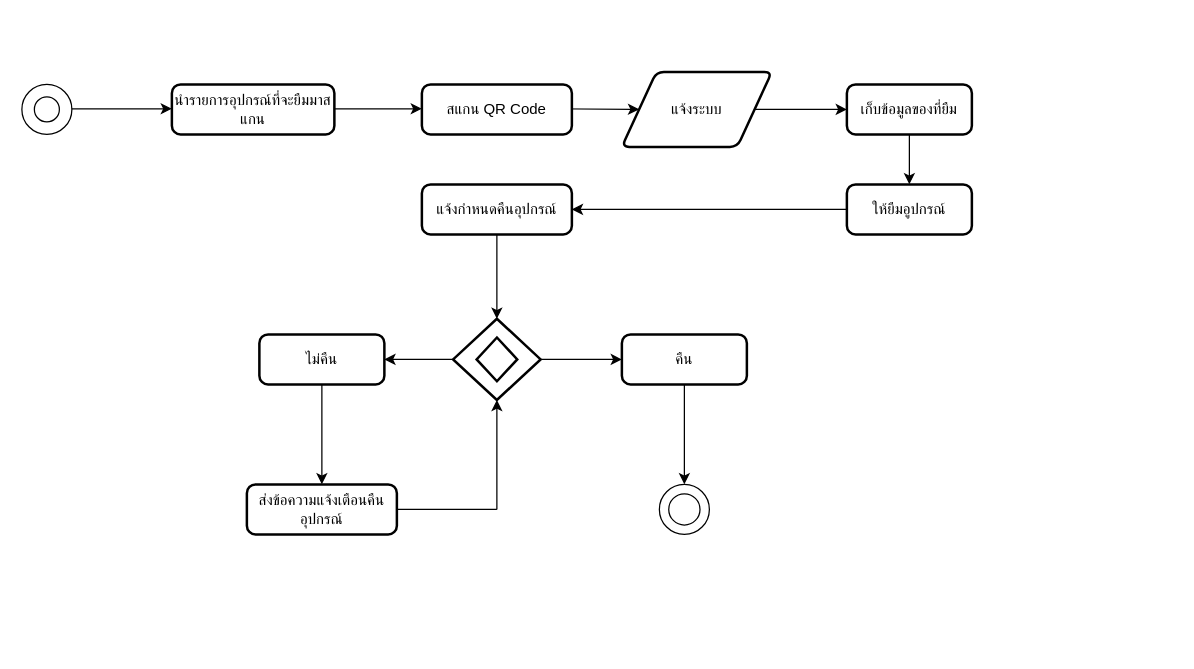
Earlier version of the draw.io diagram page "Activity" (4 of 5) of UML_SE.drawio (oak072544/Draw_io). Source tidied: cells renumbered, new cells numbered last; positions are measured from the earlier drawing's top-left corner, leaving out a move shared by most shapes. Both pictures are drawn from the tidied source at 125%, with x=0, y=0 at pixel (21, 71).
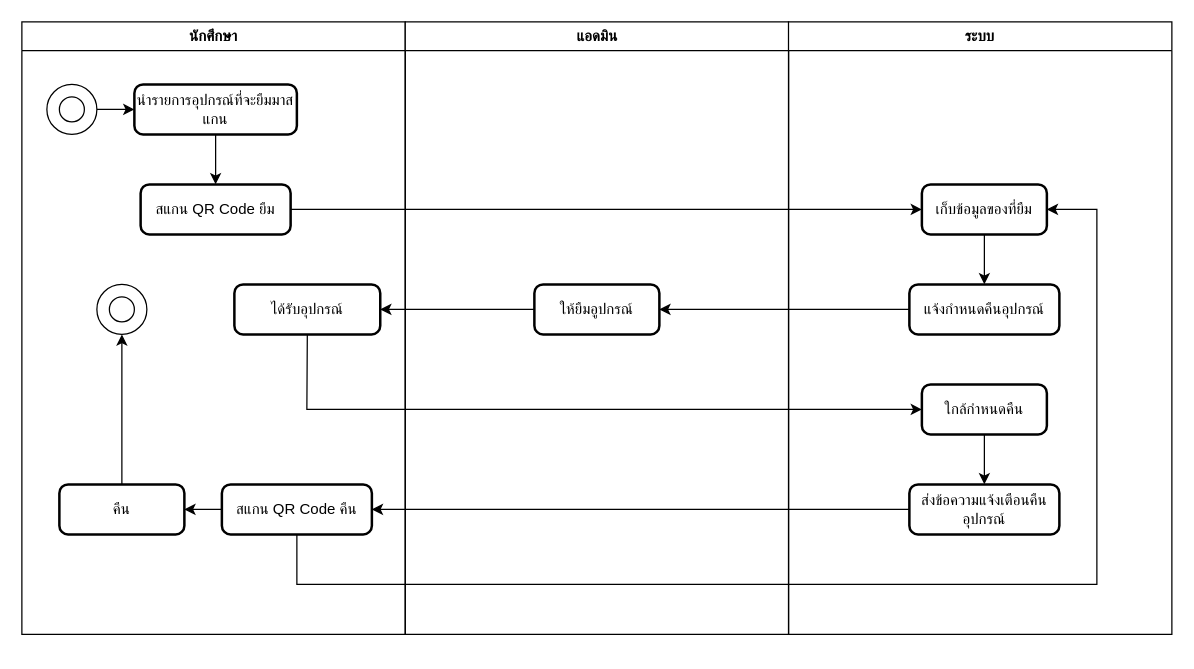
The same diagram, later.

The edit, as a diff of the source:
```diff
@@
+    <mxCell id="30" style="group;" parent="1" vertex="1">
+      <mxGeometry y="-40" width="920" height="500" as="geometry" />
+    </mxCell>
+    <mxCell id="31" style="group;" parent="30" vertex="1">
+      <mxGeometry width="920" height="500" as="geometry" />
+    </mxCell>
+    <mxCell id="32" value="นักศึกษา" style="swimlane;whiteSpace=wrap;html=1;" parent="31" vertex="1">
+      <mxGeometry width="306.7" height="490" as="geometry" />
+    </mxCell>
+    <mxCell id="11" value="คืน" style="rounded=1;whiteSpace=wrap;html=1;absoluteArcSize=1;arcSize=14;strokeWidth=2;" parent="32" vertex="1">
+      <mxGeometry x="30" y="370" width="100" height="40" as="geometry" />
+    </mxCell>
+    <mxCell id="3" value="นำรายการอุปกรณ์ที่จะยืมมาสแกน" style="rounded=1;whiteSpace=wrap;html=1;absoluteArcSize=1;arcSize=14;strokeWidth=2;" parent="32" vertex="1">
+      <mxGeometry x="90" y="50" width="130" height="40" as="geometry" />
+    </mxCell>
+    <mxCell id="10" value="สแกน QR Code ยืม" style="rounded=1;whiteSpace=wrap;html=1;absoluteArcSize=1;arcSize=14;strokeWidth=2;" parent="32" vertex="1">
+      <mxGeometry x="95" y="130" width="120" height="40" as="geometry" />
+    </mxCell>
+    <mxCell id="5" style="endArrow=classic;html=1;rounded=0;entryX=0.5;entryY=0;entryDx=0;entryDy=0;exitX=0.5;exitY=1;exitDx=0;exitDy=0;" parent="32" edge="1" source="3" target="10">
+      <mxGeometry relative="1" as="geometry" />
+    </mxCell>
+    <mxCell id="33" value="ได้รับอุปกรณ์" style="rounded=1;whiteSpace=wrap;html=1;absoluteArcSize=1;arcSize=14;strokeWidth=2;" parent="32" vertex="1">
+      <mxGeometry x="170" y="210" width="116.7" height="40" as="geometry" />
+    </mxCell>
+    <mxCell id="34" value="สแกน QR Code คืน" style="rounded=1;whiteSpace=wrap;html=1;absoluteArcSize=1;arcSize=14;strokeWidth=2;" parent="32" vertex="1">
+      <mxGeometry x="160" y="370" width="120" height="40" as="geometry" />
+    </mxCell>
+    <mxCell id="35" style="endArrow=classic;html=1;rounded=0;exitX=0;exitY=0.5;exitDx=0;exitDy=0;entryX=1;entryY=0.5;entryDx=0;entryDy=0;" parent="32" edge="1" source="34" target="11">
+      <mxGeometry relative="1" as="geometry" />
+    </mxCell>
+    <mxCell id="36" style="endArrow=classic;html=1;rounded=0;exitX=0.5;exitY=0;exitDx=0;exitDy=0;entryX=0.5;entryY=1;entryDx=0;entryDy=0;entryPerimeter=0;" parent="32" edge="1" source="11" target="38">
+      <mxGeometry relative="1" as="geometry" />
+    </mxCell>
+    <mxCell id="37" style="group;" parent="32" vertex="1">
+      <mxGeometry x="60" y="210" width="40" height="40" as="geometry" />
+    </mxCell>
+    <mxCell id="38" style="verticalLabelPosition=bottom;verticalAlign=top;html=1;shape=mxgraph.flowchart.on-page_reference;" parent="37" vertex="1">
+      <mxGeometry width="40" height="40" as="geometry" />
+    </mxCell>
+    <mxCell id="39" style="verticalLabelPosition=bottom;verticalAlign=top;html=1;shape=mxgraph.flowchart.on-page_reference;" parent="37" vertex="1">
+      <mxGeometry x="10" y="10" width="20" height="20" as="geometry" />
+    </mxCell>
+    <mxCell id="4" style="endArrow=classic;html=1;rounded=0;exitX=1;exitY=0.5;exitDx=0;exitDy=0;exitPerimeter=0;entryX=0;entryY=0.5;entryDx=0;entryDy=0;" parent="32" edge="1" source="2" target="3">
+      <mxGeometry relative="1" as="geometry" />
+    </mxCell>
+    <mxCell id="40" style="group;" parent="32" vertex="1">
+      <mxGeometry x="20" y="50" width="40" height="40" as="geometry" />
+    </mxCell>
-    <mxCell id="2" style="verticalLabelPosition=bottom;verticalAlign=top;html=1;shape=mxgraph.flowchart.on-page_reference;" parent="1" vertex="1">
-      <mxGeometry y="10" width="40" height="40" as="geometry" />
+    <mxCell id="2" style="verticalLabelPosition=bottom;verticalAlign=top;html=1;shape=mxgraph.flowchart.on-page_reference;" parent="40" vertex="1">
+      <mxGeometry width="40" height="40" as="geometry" />
     </mxCell>
-    <mxCell id="3" value="นำรายการอุปกรณ์ที่จะยืมมาสแกน" style="rounded=1;whiteSpace=wrap;html=1;absoluteArcSize=1;arcSize=14;strokeWidth=2;" parent="1" vertex="1">
-      <mxGeometry x="120" y="10" width="130" height="40" as="geometry" />
-    </mxCell>
-    <mxCell id="4" style="endArrow=classic;html=1;rounded=0;" parent="1" edge="1">
-      <mxGeometry relative="1" as="geometry">
-        <mxPoint x="40" y="29.5" as="sourcePoint" />
-        <mxPoint x="120" y="29.5" as="targetPoint" />
-      </mxGeometry>
-    </mxCell>
-    <mxCell id="5" style="endArrow=classic;html=1;rounded=0;" parent="1" edge="1">
-      <mxGeometry relative="1" as="geometry">
-        <mxPoint x="250" y="29.5" as="sourcePoint" />
-        <mxPoint x="320" y="29.5" as="targetPoint" />
-      </mxGeometry>
-    </mxCell>
-    <mxCell id="6" value="แจ้งระบบ" style="shape=parallelogram;html=1;strokeWidth=2;perimeter=parallelogramPerimeter;whiteSpace=wrap;rounded=1;arcSize=12;size=0.23;" parent="1" vertex="1">
-      <mxGeometry x="480" width="120" height="60" as="geometry" />
-    </mxCell>
+    <mxCell id="15" style="verticalLabelPosition=bottom;verticalAlign=top;html=1;shape=mxgraph.flowchart.on-page_reference;" parent="40" vertex="1">
+      <mxGeometry x="10" y="10" width="20" height="20" as="geometry" />
+    </mxCell>
+    <mxCell id="41" value="แอดมิน" style="swimlane;whiteSpace=wrap;html=1;" parent="31" vertex="1">
+      <mxGeometry x="306.7" width="306.7" height="490" as="geometry" />
+    </mxCell>
+    <mxCell id="20" value="ให้ยืมอูปกรณ์" style="rounded=1;whiteSpace=wrap;html=1;absoluteArcSize=1;arcSize=14;strokeWidth=2;" parent="41" vertex="1">
+      <mxGeometry x="103.3" y="210" width="100" height="40" as="geometry" />
+    </mxCell>
+    <mxCell id="42" value="ระบบ" style="swimlane;whiteSpace=wrap;html=1;" parent="31" vertex="1">
+      <mxGeometry x="613.3" width="306.7" height="490" as="geometry" />
+    </mxCell>
-    <mxCell id="7" value="แจ้งกำหนดคืนอุปกรณ์" style="rounded=1;whiteSpace=wrap;html=1;absoluteArcSize=1;arcSize=14;strokeWidth=2;" parent="1" vertex="1">
-      <mxGeometry x="320" y="90" width="120" height="40" as="geometry" />
+    <mxCell id="7" value="แจ้งกำหนดคืนอุปกรณ์" style="rounded=1;whiteSpace=wrap;html=1;absoluteArcSize=1;arcSize=14;strokeWidth=2;" parent="42" vertex="1">
+      <mxGeometry x="96.7" y="210" width="120" height="40" as="geometry" />
     </mxCell>
-    <mxCell id="8" style="endArrow=classic;html=1;rounded=0;entryX=0;entryY=0.5;entryDx=0;entryDy=0;" parent="1" edge="1" target="6">
-      <mxGeometry relative="1" as="geometry">
-        <mxPoint x="420" y="29.5" as="sourcePoint" />
-      </mxGeometry>
-    </mxCell>
-    <mxCell id="9" style="endArrow=classic;html=1;rounded=0;entryX=0;entryY=0.5;entryDx=0;entryDy=0;exitX=1;exitY=0.5;exitDx=0;exitDy=0;" parent="1" edge="1" source="6" target="19">
-      <mxGeometry relative="1" as="geometry" />
-    </mxCell>
-    <mxCell id="10" value="สแกน QR Code" style="rounded=1;whiteSpace=wrap;html=1;absoluteArcSize=1;arcSize=14;strokeWidth=2;" parent="1" vertex="1">
-      <mxGeometry x="320" y="10" width="120" height="40" as="geometry" />
-    </mxCell>
-    <mxCell id="11" value="คืน" style="rounded=1;whiteSpace=wrap;html=1;absoluteArcSize=1;arcSize=14;strokeWidth=2;" parent="1" vertex="1">
-      <mxGeometry x="480" y="210" width="100" height="40" as="geometry" />
-    </mxCell>
-    <mxCell id="12" style="strokeWidth=2;html=1;shape=mxgraph.flowchart.decision;whiteSpace=wrap;" parent="1" vertex="1">
-      <mxGeometry x="345" y="197.5" width="70" height="65" as="geometry" />
-    </mxCell>
-    <mxCell id="13" style="strokeWidth=2;html=1;shape=mxgraph.flowchart.decision;whiteSpace=wrap;" parent="1" vertex="1">
-      <mxGeometry x="363.8" y="212.5" width="32.5" height="35" as="geometry" />
-    </mxCell>
-    <mxCell id="14" style="verticalLabelPosition=bottom;verticalAlign=top;html=1;shape=mxgraph.flowchart.on-page_reference;" parent="1" vertex="1">
-      <mxGeometry x="510" y="330" width="40" height="40" as="geometry" />
-    </mxCell>
-    <mxCell id="15" style="verticalLabelPosition=bottom;verticalAlign=top;html=1;shape=mxgraph.flowchart.on-page_reference;" parent="1" vertex="1">
-      <mxGeometry x="10" y="20" width="20" height="20" as="geometry" />
-    </mxCell>
-    <mxCell id="16" style="verticalLabelPosition=bottom;verticalAlign=top;html=1;shape=mxgraph.flowchart.on-page_reference;" parent="1" vertex="1">
-      <mxGeometry x="517.5" y="337.5" width="25" height="25" as="geometry" />
-    </mxCell>
+    <mxCell id="19" value="เก็บข้อมูลของที่ยืม" style="rounded=1;whiteSpace=wrap;html=1;absoluteArcSize=1;arcSize=14;strokeWidth=2;" parent="42" vertex="1">
+      <mxGeometry x="106.7" y="130" width="100" height="40" as="geometry" />
+    </mxCell>
+    <mxCell id="43" style="endArrow=classic;html=1;rounded=0;exitX=0.5;exitY=1;exitDx=0;exitDy=0;entryX=0.5;entryY=0;entryDx=0;entryDy=0;" parent="42" edge="1" source="19" target="7">
+      <mxGeometry relative="1" as="geometry" />
+    </mxCell>
+    <mxCell id="18" value="ส่งข้อความแจ้งเตือนคืนอุปกรณ์" style="rounded=1;whiteSpace=wrap;html=1;absoluteArcSize=1;arcSize=14;strokeWidth=2;" parent="42" vertex="1">
+      <mxGeometry x="96.7" y="370" width="120" height="40" as="geometry" />
+    </mxCell>
-    <mxCell id="17" value="ไม่คืน" style="rounded=1;whiteSpace=wrap;html=1;absoluteArcSize=1;arcSize=14;strokeWidth=2;" parent="1" vertex="1">
-      <mxGeometry x="190" y="210" width="100" height="40" as="geometry" />
+    <mxCell id="17" value="ใกล้กำหนดคืน" style="rounded=1;whiteSpace=wrap;html=1;absoluteArcSize=1;arcSize=14;strokeWidth=2;" parent="42" vertex="1">
+      <mxGeometry x="106.7" y="290" width="100" height="40" as="geometry" />
     </mxCell>
-    <mxCell id="18" value="ส่งข้อความแจ้งเตือนคืนอุปกรณ์" style="rounded=1;whiteSpace=wrap;html=1;absoluteArcSize=1;arcSize=14;strokeWidth=2;" parent="1" vertex="1">
-      <mxGeometry x="180" y="330" width="120" height="40" as="geometry" />
-    </mxCell>
-    <mxCell id="19" value="เก็บข้อมูลของที่ยืม" style="rounded=1;whiteSpace=wrap;html=1;absoluteArcSize=1;arcSize=14;strokeWidth=2;" parent="1" vertex="1">
-      <mxGeometry x="660" y="10" width="100" height="40" as="geometry" />
-    </mxCell>
-    <mxCell id="20" value="ให้ยืมอูปกรณ์" style="rounded=1;whiteSpace=wrap;html=1;absoluteArcSize=1;arcSize=14;strokeWidth=2;" parent="1" vertex="1">
-      <mxGeometry x="660" y="90" width="100" height="40" as="geometry" />
-    </mxCell>
-    <mxCell id="21" style="endArrow=classic;html=1;rounded=0;exitX=0;exitY=0.5;exitDx=0;exitDy=0;entryX=1;entryY=0.5;entryDx=0;entryDy=0;" parent="1" edge="1" source="20" target="7">
-      <mxGeometry relative="1" as="geometry" />
-    </mxCell>
-    <mxCell id="22" style="endArrow=classic;html=1;rounded=0;exitX=0.5;exitY=1;exitDx=0;exitDy=0;entryX=0.5;entryY=0;entryDx=0;entryDy=0;entryPerimeter=0;" parent="1" edge="1" source="7" target="12">
-      <mxGeometry relative="1" as="geometry" />
-    </mxCell>
-    <mxCell id="23" style="endArrow=classic;html=1;rounded=0;exitX=1;exitY=0.5;exitDx=0;exitDy=0;exitPerimeter=0;entryX=0;entryY=0.5;entryDx=0;entryDy=0;" parent="1" edge="1" source="12" target="11">
-      <mxGeometry relative="1" as="geometry" />
-    </mxCell>
-    <mxCell id="24" style="endArrow=classic;html=1;rounded=0;entryX=0.5;entryY=1;entryDx=0;entryDy=0;entryPerimeter=0;" parent="1" edge="1" target="12">
-      <mxGeometry relative="1" as="geometry">
-        <mxPoint x="380" y="350" as="sourcePoint" />
-      </mxGeometry>
-    </mxCell>
-    <mxCell id="25" style="endArrow=none;html=1;rounded=0;exitX=1;exitY=0.5;exitDx=0;exitDy=0;" parent="1" edge="1" source="18">
-      <mxGeometry relative="1" as="geometry">
-        <mxPoint x="380" y="350" as="targetPoint" />
-      </mxGeometry>
-    </mxCell>
-    <mxCell id="26" style="endArrow=classic;html=1;rounded=0;exitX=0.5;exitY=1;exitDx=0;exitDy=0;entryX=0.5;entryY=0;entryDx=0;entryDy=0;" parent="1" edge="1" source="17" target="18">
+    <mxCell id="26" style="endArrow=classic;html=1;rounded=0;exitX=0.5;exitY=1;exitDx=0;exitDy=0;entryX=0.5;entryY=0;entryDx=0;entryDy=0;" parent="42" edge="1" source="17" target="18">
       <mxGeometry relative="1" as="geometry" />
     </mxCell>
-    <mxCell id="27" style="endArrow=classic;html=1;rounded=0;exitX=0.5;exitY=1;exitDx=0;exitDy=0;entryX=0.5;entryY=0;entryDx=0;entryDy=0;entryPerimeter=0;" parent="1" edge="1" source="11" target="14">
-      <mxGeometry relative="1" as="geometry" />
-    </mxCell>
-    <mxCell id="28" style="endArrow=classic;html=1;rounded=0;exitX=0;exitY=0.5;exitDx=0;exitDy=0;exitPerimeter=0;entryX=1;entryY=0.5;entryDx=0;entryDy=0;" parent="1" edge="1" source="12" target="17">
-      <mxGeometry relative="1" as="geometry" />
-    </mxCell>
-    <mxCell id="29" style="endArrow=classic;html=1;rounded=0;exitX=0.5;exitY=1;exitDx=0;exitDy=0;entryX=0.5;entryY=0;entryDx=0;entryDy=0;" parent="1" edge="1" source="19" target="20">
-      <mxGeometry relative="1" as="geometry" />
-    </mxCell>
+    <mxCell id="44" style="endArrow=classic;html=1;rounded=0;exitX=0;exitY=0.5;exitDx=0;exitDy=0;entryX=1;entryY=0.5;entryDx=0;entryDy=0;" parent="31" edge="1" source="20" target="33">
+      <mxGeometry relative="1" as="geometry" />
+    </mxCell>
+    <mxCell id="45" style="endArrow=classic;html=1;rounded=0;exitX=0;exitY=0.5;exitDx=0;exitDy=0;entryX=1;entryY=0.5;entryDx=0;entryDy=0;" parent="31" edge="1" source="7" target="20">
+      <mxGeometry relative="1" as="geometry" />
+    </mxCell>
+    <mxCell id="46" style="endArrow=classic;html=1;rounded=0;exitX=1;exitY=0.5;exitDx=0;exitDy=0;entryX=0;entryY=0.5;entryDx=0;entryDy=0;" parent="31" edge="1" source="10" target="19">
+      <mxGeometry relative="1" as="geometry" />
+    </mxCell>
+    <mxCell id="47" style="endArrow=classic;html=1;rounded=0;exitX=0;exitY=0.5;exitDx=0;exitDy=0;entryX=1;entryY=0.5;entryDx=0;entryDy=0;" parent="31" edge="1" source="18" target="34">
+      <mxGeometry relative="1" as="geometry" />
+    </mxCell>
+    <mxCell id="48" style="endArrow=classic;html=1;rounded=0;exitX=0.5;exitY=1;exitDx=0;exitDy=0;entryX=0;entryY=0.5;entryDx=0;entryDy=0;" parent="31" edge="1" source="33" target="17">
+      <mxGeometry relative="1" as="geometry">
+        <Array as="points">
+          <mxPoint x="228" y="310" />
+        </Array>
+      </mxGeometry>
+    </mxCell>
+    <mxCell id="49" style="endArrow=classic;html=1;rounded=0;exitX=0.5;exitY=1;exitDx=0;exitDy=0;entryX=1;entryY=0.5;entryDx=0;entryDy=0;" parent="31" edge="1" source="34" target="19">
+      <mxGeometry relative="1" as="geometry">
+        <Array as="points">
+          <mxPoint x="220" y="450" />
+          <mxPoint x="860" y="450" />
+          <mxPoint x="860" y="150" />
+        </Array>
+      </mxGeometry>
+    </mxCell>
```
